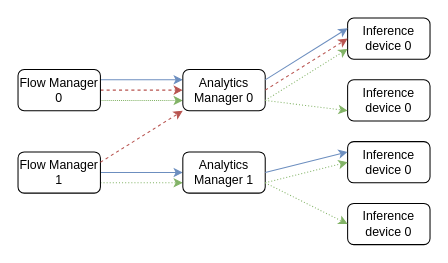
This is 队列不匹配.drawio from CHRIS123540/GPU, a draw.io file, before an edit. Source tidied: cells renumbered, new cells numbered last; positions are measured from the earlier drawing's top-left corner, leaving out a move shared by most shapes. Both pictures are drawn from the tidied source at 103%, with x=0, y=0 at pixel (18, 18).
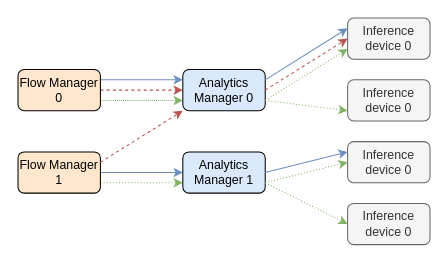
Above is the later version.

Commit message (it also covers changes not shown here):
更新队列不匹配.drawio

Change to the diagram source:
```diff
@@
-    <mxCell id="5" value="Flow Manager 0" style="rounded=1;whiteSpace=wrap;html=1;" parent="1" vertex="1">
+    <mxCell id="5" value="Flow Manager 0" style="rounded=1;whiteSpace=wrap;html=1;fillColor=#ffe6cc;strokeColor=default;" parent="1" vertex="1">
       <mxGeometry y="50" width="80" height="40" as="geometry" />
     </mxCell>
@@
-    <mxCell id="8" value="Flow Manager 1" style="rounded=1;whiteSpace=wrap;html=1;" parent="1" vertex="1">
+    <mxCell id="8" value="Flow Manager 1" style="rounded=1;whiteSpace=wrap;html=1;fillColor=#ffe6cc;strokeColor=default;" parent="1" vertex="1">
       <mxGeometry y="130" width="80" height="40" as="geometry" />
     </mxCell>
-    <mxCell id="9" value="Analytics Manager 0" style="rounded=1;whiteSpace=wrap;html=1;" parent="1" vertex="1">
+    <mxCell id="9" value="Analytics Manager 0" style="rounded=1;whiteSpace=wrap;html=1;fillColor=#dae8fc;strokeColor=default;" parent="1" vertex="1">
       <mxGeometry x="160" y="50" width="80" height="40" as="geometry" />
     </mxCell>
-    <mxCell id="10" value="Analytics Manager 1" style="rounded=1;whiteSpace=wrap;html=1;" parent="1" vertex="1">
+    <mxCell id="10" value="Analytics Manager 1" style="rounded=1;whiteSpace=wrap;html=1;strokeColor=default;fillColor=#dae8fc;" parent="1" vertex="1">
       <mxGeometry x="160" y="130" width="80" height="40" as="geometry" />
     </mxCell>
-    <mxCell id="11" value="Inference device 0" style="rounded=1;whiteSpace=wrap;html=1;" parent="1" vertex="1">
+    <mxCell id="11" value="Inference device 0" style="rounded=1;whiteSpace=wrap;html=1;fillColor=#f5f5f5;fontColor=#333333;strokeColor=#666666;" parent="1" vertex="1">
       <mxGeometry x="320" width="80" height="40" as="geometry" />
     </mxCell>
-    <mxCell id="12" value="Inference device 0" style="rounded=1;whiteSpace=wrap;html=1;" parent="1" vertex="1">
+    <mxCell id="12" value="Inference device 0" style="rounded=1;whiteSpace=wrap;html=1;fillColor=#f5f5f5;fontColor=#333333;strokeColor=#666666;" parent="1" vertex="1">
       <mxGeometry x="320" y="60" width="80" height="40" as="geometry" />
     </mxCell>
-    <mxCell id="13" value="Inference device 0" style="rounded=1;whiteSpace=wrap;html=1;" parent="1" vertex="1">
+    <mxCell id="13" value="Inference device 0" style="rounded=1;whiteSpace=wrap;html=1;fillColor=#f5f5f5;fontColor=#333333;strokeColor=#666666;" parent="1" vertex="1">
       <mxGeometry x="320" y="120" width="80" height="40" as="geometry" />
     </mxCell>
-    <mxCell id="14" value="Inference device 0" style="rounded=1;whiteSpace=wrap;html=1;" parent="1" vertex="1">
+    <mxCell id="14" value="Inference device 0" style="rounded=1;whiteSpace=wrap;html=1;fillColor=#f5f5f5;fontColor=#333333;strokeColor=#666666;" parent="1" vertex="1">
       <mxGeometry x="320" y="180" width="80" height="40" as="geometry" />
     </mxCell>
```
